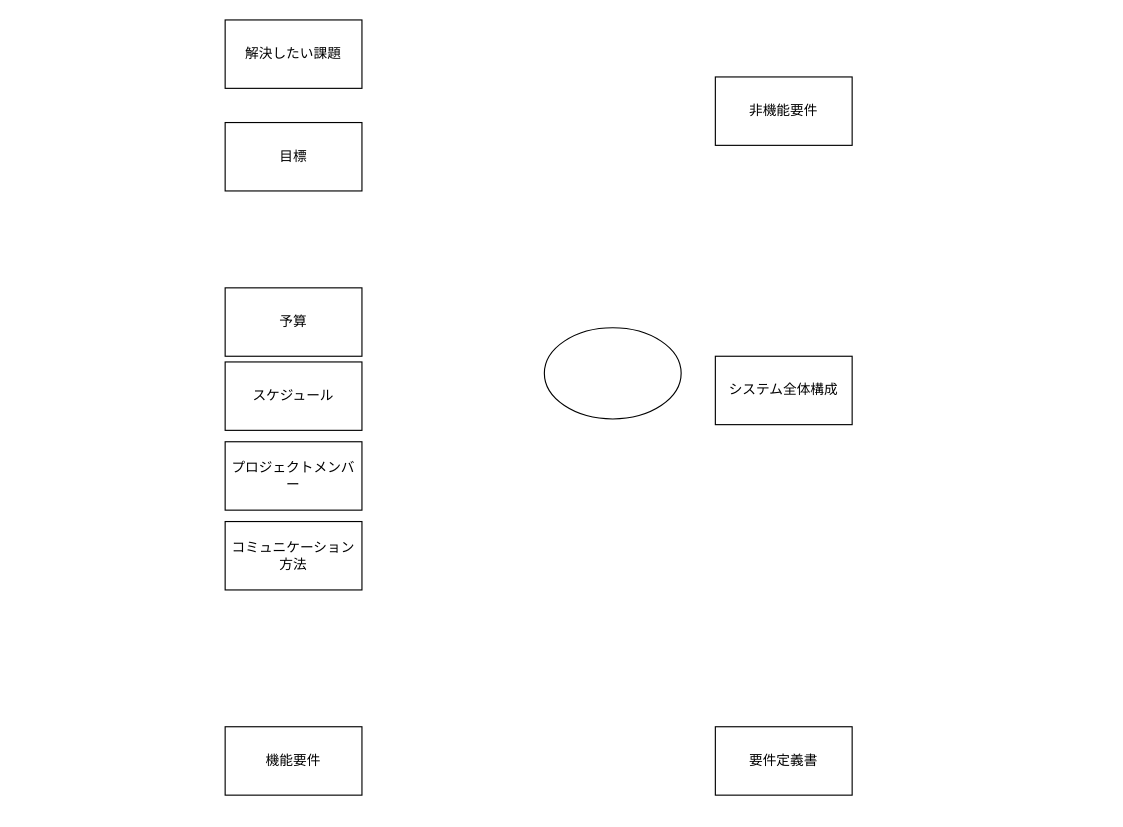
Earlier version of the draw.io diagram youkenteigi.drawio (kusa-mochi/youkenteigi). Source tidied: cells renumbered, new cells numbered last; positions are measured from the earlier drawing's top-left corner, leaving out a move shared by most shapes. Both pictures are drawn from the tidied source at 114%, with x=0, y=0 at pixel (225, 19).
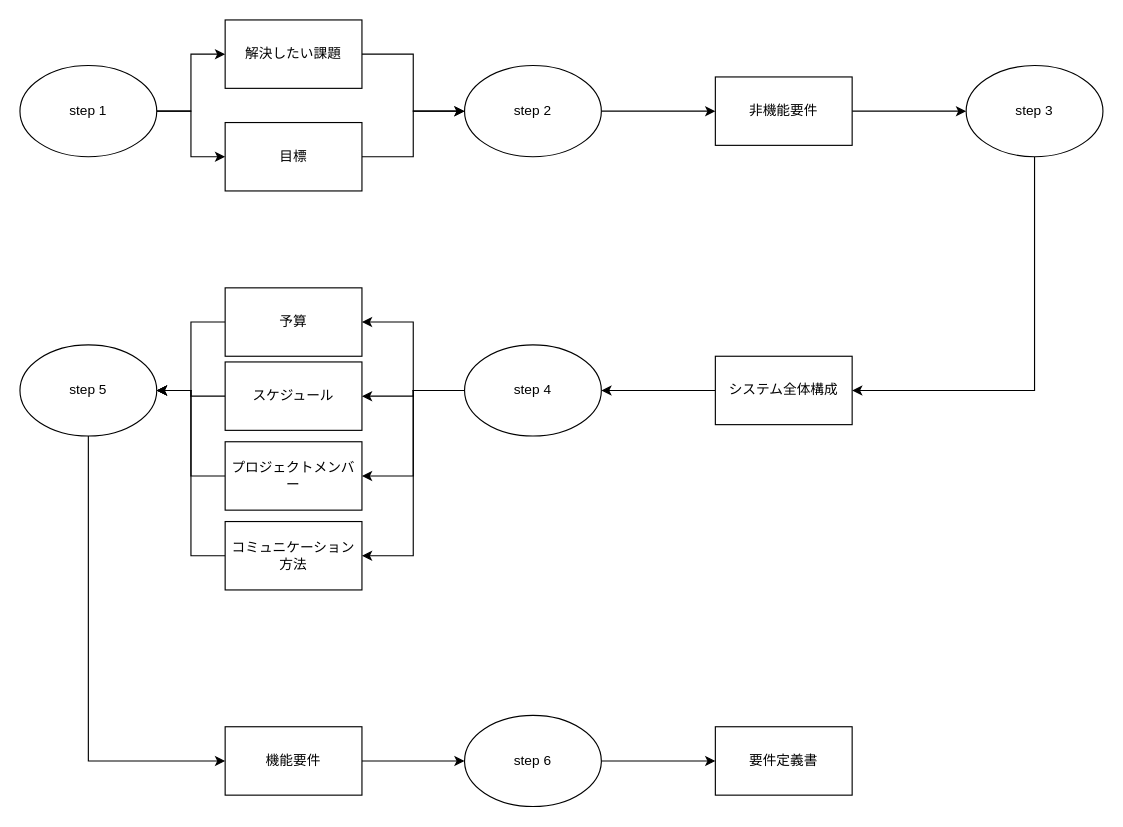
After the change.

The change refers to these unchanged cells:
```xml
<mxCell id="2" value="解決したい課題" style="rounded=0;whiteSpace=wrap;html=1;" parent="1" vertex="1">
  <mxGeometry width="120" height="60" as="geometry" />
</mxCell>
<mxCell id="3" value="目標" style="rounded=0;whiteSpace=wrap;html=1;" parent="1" vertex="1">
  <mxGeometry y="90" width="120" height="60" as="geometry" />
</mxCell>
<mxCell id="4" value="非機能要件" style="rounded=0;whiteSpace=wrap;html=1;" parent="1" vertex="1">
  <mxGeometry x="430" y="50" width="120" height="60" as="geometry" />
</mxCell>
<mxCell id="5" value="システム全体構成" style="rounded=0;whiteSpace=wrap;html=1;" parent="1" vertex="1">
  <mxGeometry x="430" y="295" width="120" height="60" as="geometry" />
</mxCell>
<mxCell id="6" value="予算" style="rounded=0;whiteSpace=wrap;html=1;" parent="1" vertex="1">
  <mxGeometry y="235" width="120" height="60" as="geometry" />
</mxCell>
<mxCell id="7" value="スケジュール" style="rounded=0;whiteSpace=wrap;html=1;" parent="1" vertex="1">
  <mxGeometry y="300" width="120" height="60" as="geometry" />
</mxCell>
<mxCell id="8" value="プロジェクトメンバー" style="rounded=0;whiteSpace=wrap;html=1;" parent="1" vertex="1">
  <mxGeometry y="370" width="120" height="60" as="geometry" />
</mxCell>
<mxCell id="9" value="コミュニケーション方法" style="rounded=0;whiteSpace=wrap;html=1;" parent="1" vertex="1">
  <mxGeometry y="440" width="120" height="60" as="geometry" />
</mxCell>
<mxCell id="10" value="機能要件" style="rounded=0;whiteSpace=wrap;html=1;" parent="1" vertex="1">
  <mxGeometry y="620" width="120" height="60" as="geometry" />
</mxCell>
<mxCell id="11" value="要件定義書" style="rounded=0;whiteSpace=wrap;html=1;" parent="1" vertex="1">
  <mxGeometry x="430" y="620" width="120" height="60" as="geometry" />
</mxCell>
```

What changed in the source:
```diff
@@
+    <mxCell id="13" style="edgeStyle=orthogonalEdgeStyle;rounded=0;jettySize=auto;html=1;exitX=1;exitY=0.5;exitDx=0;exitDy=0;entryX=0;entryY=0.5;entryDx=0;entryDy=0;" parent="1" edge="1" source="2" target="25">
+      <mxGeometry relative="1" as="geometry" />
+    </mxCell>
@@
+    <mxCell id="14" style="edgeStyle=orthogonalEdgeStyle;rounded=0;jettySize=auto;html=1;exitX=1;exitY=0.5;exitDx=0;exitDy=0;entryX=0;entryY=0.5;entryDx=0;entryDy=0;" parent="1" edge="1" source="3" target="25">
+      <mxGeometry relative="1" as="geometry" />
+    </mxCell>
@@
+    <mxCell id="15" style="edgeStyle=orthogonalEdgeStyle;rounded=0;jettySize=auto;html=1;exitX=1;exitY=0.5;exitDx=0;exitDy=0;entryX=0;entryY=0.5;entryDx=0;entryDy=0;" parent="1" edge="1" source="4" target="27">
+      <mxGeometry relative="1" as="geometry" />
+    </mxCell>
@@
+    <mxCell id="16" style="edgeStyle=orthogonalEdgeStyle;rounded=0;jettySize=auto;html=1;exitX=0;exitY=0.5;exitDx=0;exitDy=0;entryX=1;entryY=0.5;entryDx=0;entryDy=0;" parent="1" edge="1" source="5" target="32">
+      <mxGeometry relative="1" as="geometry" />
+    </mxCell>
@@
+    <mxCell id="17" style="edgeStyle=orthogonalEdgeStyle;rounded=0;jettySize=auto;html=1;exitX=0;exitY=0.5;exitDx=0;exitDy=0;entryX=1;entryY=0.5;entryDx=0;entryDy=0;" parent="1" edge="1" source="6" target="34">
+      <mxGeometry relative="1" as="geometry" />
+    </mxCell>
@@
+    <mxCell id="18" style="edgeStyle=orthogonalEdgeStyle;rounded=0;jettySize=auto;html=1;exitX=0;exitY=0.5;exitDx=0;exitDy=0;entryX=1;entryY=0.5;entryDx=0;entryDy=0;" parent="1" edge="1" source="7" target="34">
+      <mxGeometry relative="1" as="geometry" />
+    </mxCell>
@@
+    <mxCell id="19" style="edgeStyle=orthogonalEdgeStyle;rounded=0;jettySize=auto;html=1;exitX=0;exitY=0.5;exitDx=0;exitDy=0;entryX=1;entryY=0.5;entryDx=0;entryDy=0;" parent="1" edge="1" source="8" target="34">
+      <mxGeometry relative="1" as="geometry" />
+    </mxCell>
@@
+    <mxCell id="20" style="edgeStyle=orthogonalEdgeStyle;rounded=0;jettySize=auto;html=1;exitX=0;exitY=0.5;exitDx=0;exitDy=0;entryX=1;entryY=0.5;entryDx=0;entryDy=0;" parent="1" edge="1" source="9" target="34">
+      <mxGeometry relative="1" as="geometry" />
+    </mxCell>
@@
+    <mxCell id="21" style="edgeStyle=orthogonalEdgeStyle;rounded=0;jettySize=auto;html=1;exitX=1;exitY=0.5;exitDx=0;exitDy=0;entryX=0;entryY=0.5;entryDx=0;entryDy=0;" parent="1" edge="1" source="10" target="36">
+      <mxGeometry relative="1" as="geometry" />
+    </mxCell>
@@
+    <mxCell id="22" style="edgeStyle=orthogonalEdgeStyle;rounded=0;jettySize=auto;html=1;exitX=1;exitY=0.5;exitDx=0;exitDy=0;entryX=0;entryY=0.5;entryDx=0;entryDy=0;" parent="1" edge="1" source="12" target="2">
+      <mxGeometry relative="1" as="geometry" />
+    </mxCell>
+    <mxCell id="23" style="edgeStyle=orthogonalEdgeStyle;rounded=0;jettySize=auto;html=1;" parent="1" edge="1" source="12" target="3">
+      <mxGeometry relative="1" as="geometry" />
+    </mxCell>
-    <mxCell id="12" style="ellipse;whiteSpace=wrap;html=1;" parent="1" vertex="1">
-      <mxGeometry x="280" y="270" width="120" height="80" as="geometry" />
+    <mxCell id="12" value="step 1" style="ellipse;whiteSpace=wrap;html=1;" parent="1" vertex="1">
+      <mxGeometry x="-180" y="40" width="120" height="80" as="geometry" />
     </mxCell>
+    <mxCell id="24" style="edgeStyle=orthogonalEdgeStyle;rounded=0;jettySize=auto;html=1;exitX=1;exitY=0.5;exitDx=0;exitDy=0;entryX=0;entryY=0.5;entryDx=0;entryDy=0;" parent="1" edge="1" source="25" target="4">
+      <mxGeometry relative="1" as="geometry" />
+    </mxCell>
+    <mxCell id="25" value="step 2" style="ellipse;whiteSpace=wrap;html=1;" parent="1" vertex="1">
+      <mxGeometry x="210" y="40" width="120" height="80" as="geometry" />
+    </mxCell>
+    <mxCell id="26" style="edgeStyle=orthogonalEdgeStyle;rounded=0;jettySize=auto;html=1;exitX=0.5;exitY=1;exitDx=0;exitDy=0;entryX=1;entryY=0.5;entryDx=0;entryDy=0;" parent="1" edge="1" source="27" target="5">
+      <mxGeometry relative="1" as="geometry" />
+    </mxCell>
+    <mxCell id="27" value="step 3" style="ellipse;whiteSpace=wrap;html=1;" parent="1" vertex="1">
+      <mxGeometry x="650" y="40" width="120" height="80" as="geometry" />
+    </mxCell>
+    <mxCell id="28" style="edgeStyle=orthogonalEdgeStyle;rounded=0;jettySize=auto;html=1;exitX=0;exitY=0.5;exitDx=0;exitDy=0;entryX=1;entryY=0.5;entryDx=0;entryDy=0;" parent="1" edge="1" source="32" target="6">
+      <mxGeometry relative="1" as="geometry" />
+    </mxCell>
+    <mxCell id="29" style="edgeStyle=orthogonalEdgeStyle;rounded=0;jettySize=auto;html=1;exitX=0;exitY=0.5;exitDx=0;exitDy=0;entryX=1;entryY=0.5;entryDx=0;entryDy=0;" parent="1" edge="1" source="32" target="7">
+      <mxGeometry relative="1" as="geometry" />
+    </mxCell>
+    <mxCell id="30" style="edgeStyle=orthogonalEdgeStyle;rounded=0;jettySize=auto;html=1;exitX=0;exitY=0.5;exitDx=0;exitDy=0;entryX=1;entryY=0.5;entryDx=0;entryDy=0;" parent="1" edge="1" source="32" target="8">
+      <mxGeometry relative="1" as="geometry" />
+    </mxCell>
+    <mxCell id="31" style="edgeStyle=orthogonalEdgeStyle;rounded=0;jettySize=auto;html=1;exitX=0;exitY=0.5;exitDx=0;exitDy=0;entryX=1;entryY=0.5;entryDx=0;entryDy=0;" parent="1" edge="1" source="32" target="9">
+      <mxGeometry relative="1" as="geometry" />
+    </mxCell>
+    <mxCell id="32" value="step 4" style="ellipse;whiteSpace=wrap;html=1;" parent="1" vertex="1">
+      <mxGeometry x="210" y="285" width="120" height="80" as="geometry" />
+    </mxCell>
+    <mxCell id="33" style="edgeStyle=orthogonalEdgeStyle;rounded=0;jettySize=auto;html=1;exitX=0.5;exitY=1;exitDx=0;exitDy=0;entryX=0;entryY=0.5;entryDx=0;entryDy=0;" parent="1" edge="1" source="34" target="10">
+      <mxGeometry relative="1" as="geometry" />
+    </mxCell>
+    <mxCell id="34" value="step 5" style="ellipse;whiteSpace=wrap;html=1;" parent="1" vertex="1">
+      <mxGeometry x="-180" y="285" width="120" height="80" as="geometry" />
+    </mxCell>
+    <mxCell id="35" style="edgeStyle=orthogonalEdgeStyle;rounded=0;jettySize=auto;html=1;exitX=1;exitY=0.5;exitDx=0;exitDy=0;entryX=0;entryY=0.5;entryDx=0;entryDy=0;" parent="1" edge="1" source="36" target="11">
+      <mxGeometry relative="1" as="geometry" />
+    </mxCell>
+    <mxCell id="36" value="step 6" style="ellipse;whiteSpace=wrap;html=1;" parent="1" vertex="1">
+      <mxGeometry x="210" y="610" width="120" height="80" as="geometry" />
+    </mxCell>
```
